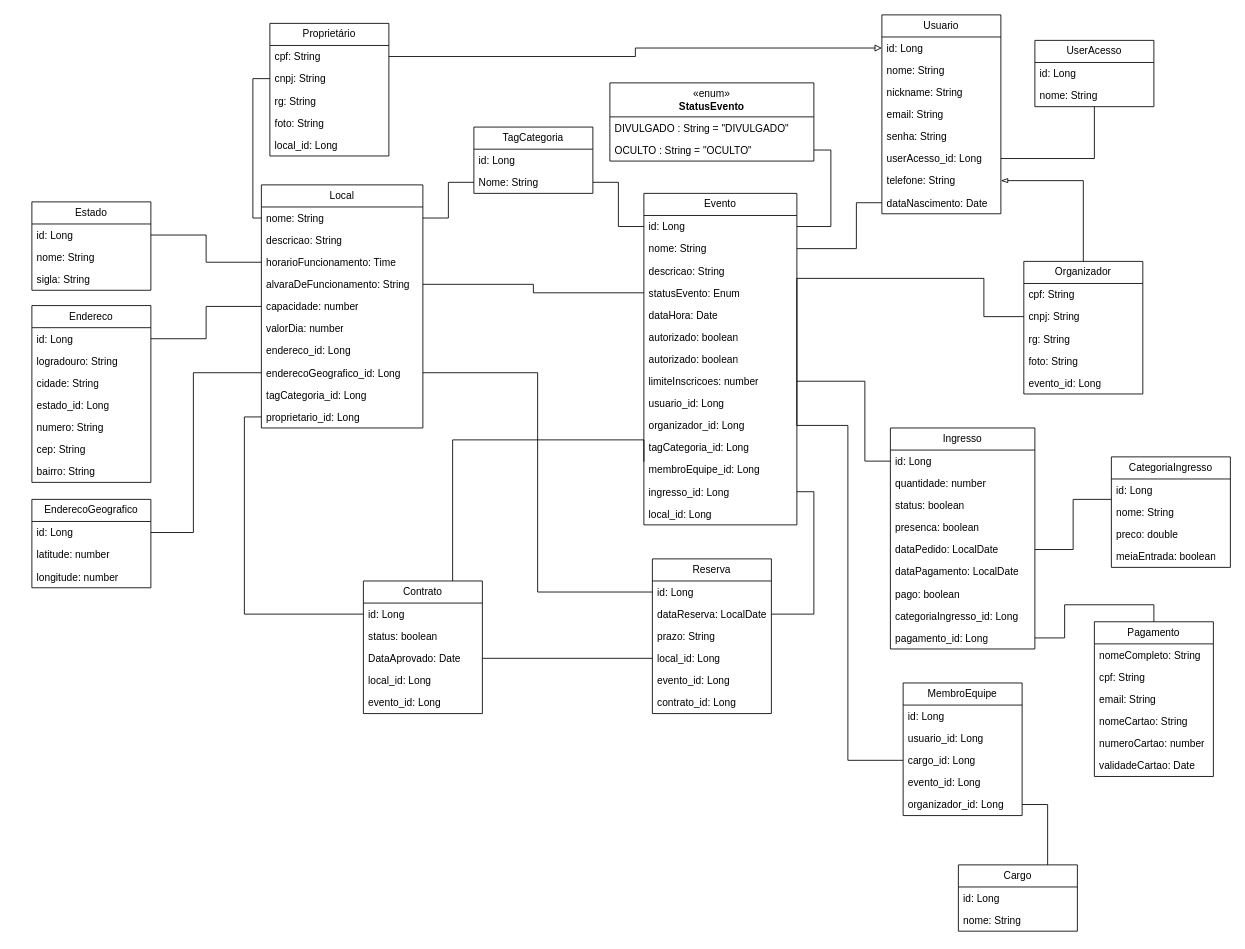
The draw.io diagram DiagramaDeClassesPokando.drawio in ChumeLabs-Pokando/Pokando, before the edit. Source tidied: cells renumbered, new cells numbered last; positions are measured from the earlier drawing's top-left corner, leaving out a move shared by most shapes. Both pictures are drawn from the tidied source at 85%, with x=0, y=0 at pixel (31, 14).
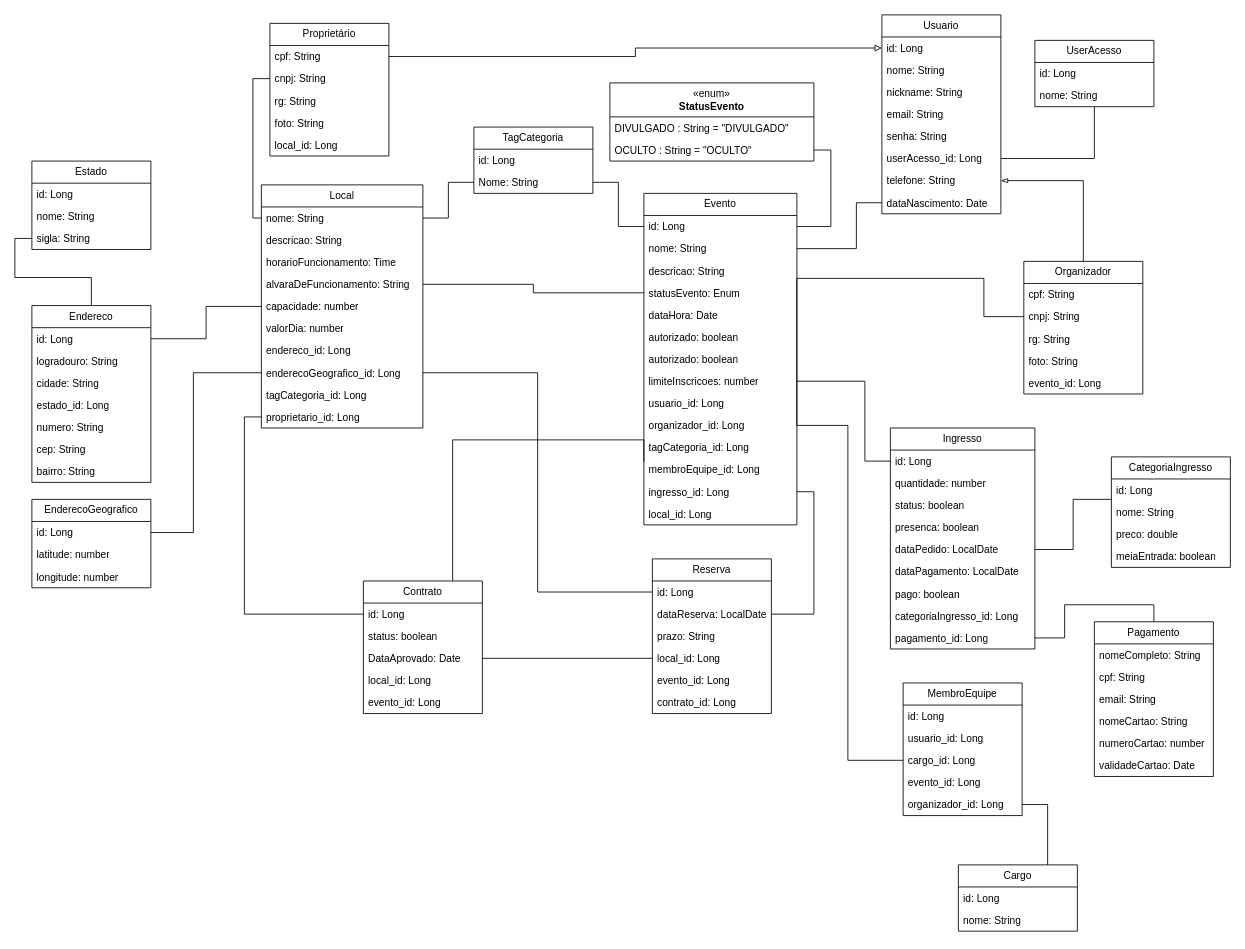
Above is the later version.

Commit message:
atu - relacionamento

The change refers to these unchanged cells:
```xml
<mxCell id="24" value="Endereco" style="swimlane;fontStyle=0;horizontal=1;startSize=26;fillColor=none;whiteSpace=wrap;html=1;" parent="1" vertex="1">
  <mxGeometry y="342" width="140" height="208" as="geometry" />
</mxCell>
<mxCell id="101" value="horarioFuncionamento: Time" style="text;strokeColor=none;fillColor=none;align=left;verticalAlign=top;spacingLeft=4;spacingRight=4;overflow=hidden;points=[[0,0.5],[1,0.5]];portConstraint=eastwest;whiteSpace=wrap;html=1;" parent="98" vertex="1">
  <mxGeometry y="78" width="190" height="26" as="geometry" />
</mxCell>
<mxCell id="120" value="id: Long" style="text;strokeColor=none;fillColor=none;align=left;verticalAlign=top;spacingLeft=4;spacingRight=4;overflow=hidden;points=[[0,0.5],[1,0.5]];portConstraint=eastwest;whiteSpace=wrap;html=1;" parent="119" vertex="1">
  <mxGeometry y="26" width="140" height="26" as="geometry" />
</mxCell>
<mxCell id="122" value="sigla: String" style="text;strokeColor=none;fillColor=none;align=left;verticalAlign=top;spacingLeft=4;spacingRight=4;overflow=hidden;points=[[0,0.5],[1,0.5]];portConstraint=eastwest;whiteSpace=wrap;html=1;" parent="119" vertex="1">
  <mxGeometry y="78" width="140" height="26" as="geometry" />
</mxCell>
```

What changed in the source:
```diff
@@
     <mxCell id="119" value="Estado" style="swimlane;fontStyle=0;horizontal=1;startSize=26;fillColor=none;whiteSpace=wrap;html=1;" parent="1" vertex="1">
-      <mxGeometry y="220" width="140" height="104" as="geometry" />
+      <mxGeometry y="172" width="140" height="104" as="geometry" />
     </mxCell>
@@
-    <mxCell id="131" style="edgeStyle=orthogonalEdgeStyle;rounded=0;jettySize=auto;html=1;exitX=1;exitY=0.5;exitDx=0;exitDy=0;entryX=0;entryY=0.5;entryDx=0;entryDy=0;endArrow=none;startFill=0;" parent="1" edge="1" source="120" target="101">
+    <mxCell id="131" style="edgeStyle=orthogonalEdgeStyle;rounded=0;jettySize=auto;html=1;exitX=0;exitY=0.5;exitDx=0;exitDy=0;entryX=0.5;entryY=0;entryDx=0;entryDy=0;endArrow=none;startFill=0;" parent="1" edge="1" source="122" target="24">
       <mxGeometry relative="1" as="geometry" />
     </mxCell>
```
